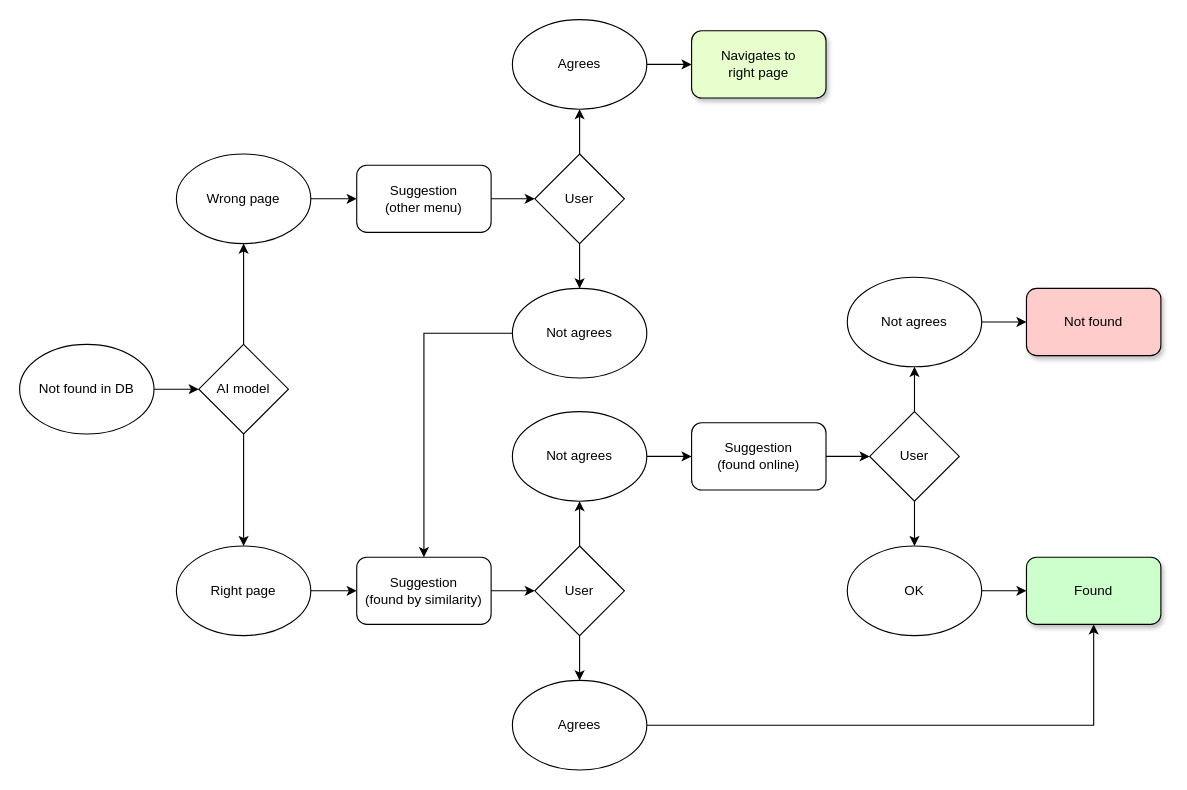
The draw.io diagram doc/inorganic-suggestions.drawio in quimifyapp/api, before the edit. Source tidied: cells renumbered, new cells numbered last; positions are measured from the earlier drawing's top-left corner, leaving out a move shared by most shapes. Both pictures are drawn from the tidied source at 112%, with x=0, y=0 at pixel (19, 19).
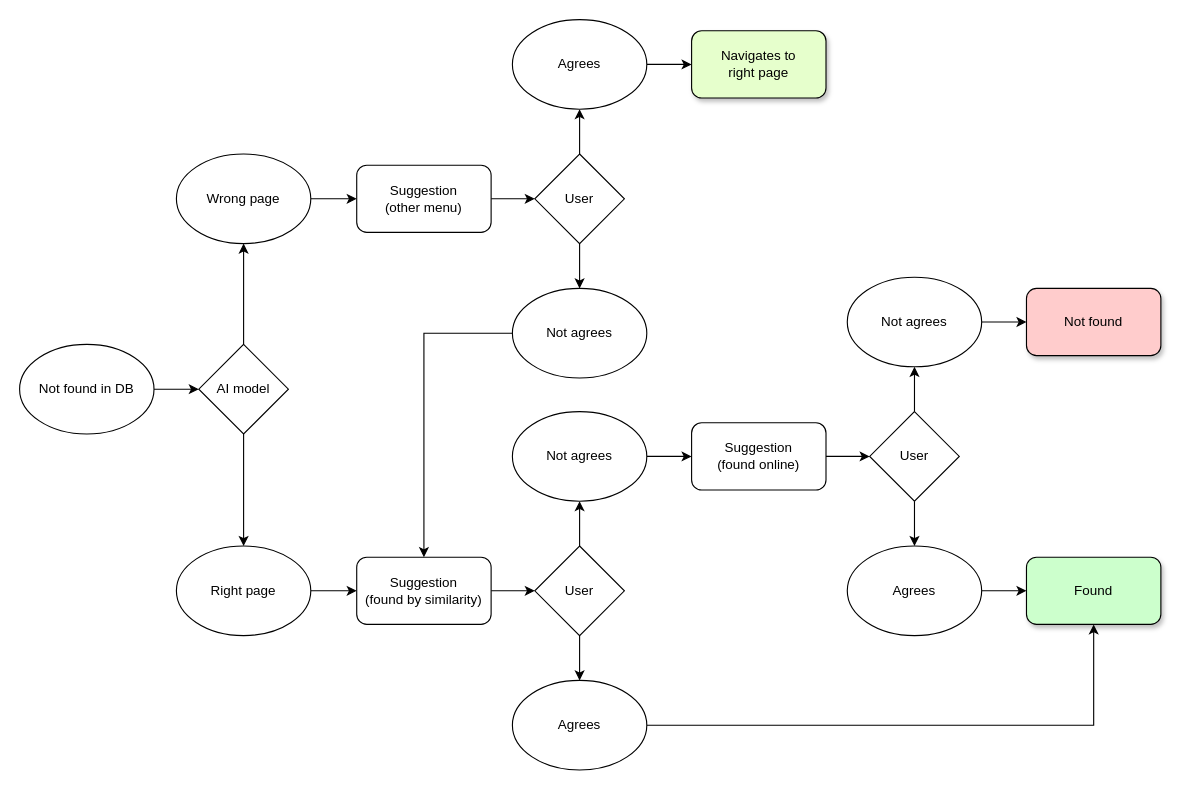
After the change.

Diff of the diagram source:
```diff
@@
-    <mxCell id="38" value="OK" style="ellipse;whiteSpace=wrap;html=1;" parent="1" vertex="1">
+    <mxCell id="38" value="Agrees" style="ellipse;whiteSpace=wrap;html=1;" parent="1" vertex="1">
       <mxGeometry x="739" y="470" width="120" height="80" as="geometry" />
     </mxCell>
```
